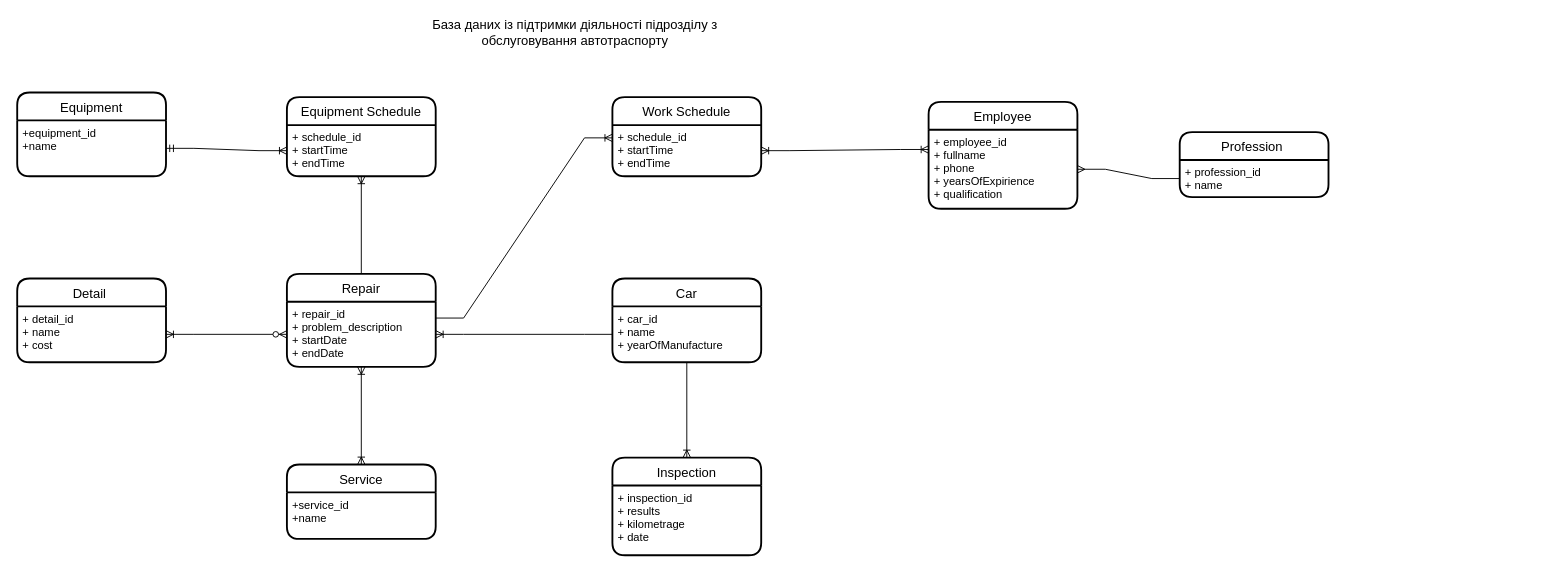
This is diagrams/CarServiceDiagram.drawio from sashapanasiuk5/Database_CourseWork, a draw.io file, before an edit. Source tidied: cells renumbered, new cells numbered last; positions are measured from the earlier drawing's top-left corner, leaving out a move shared by most shapes. Both pictures are drawn from the tidied source at 93%, with x=0, y=0 at pixel (17, 18).
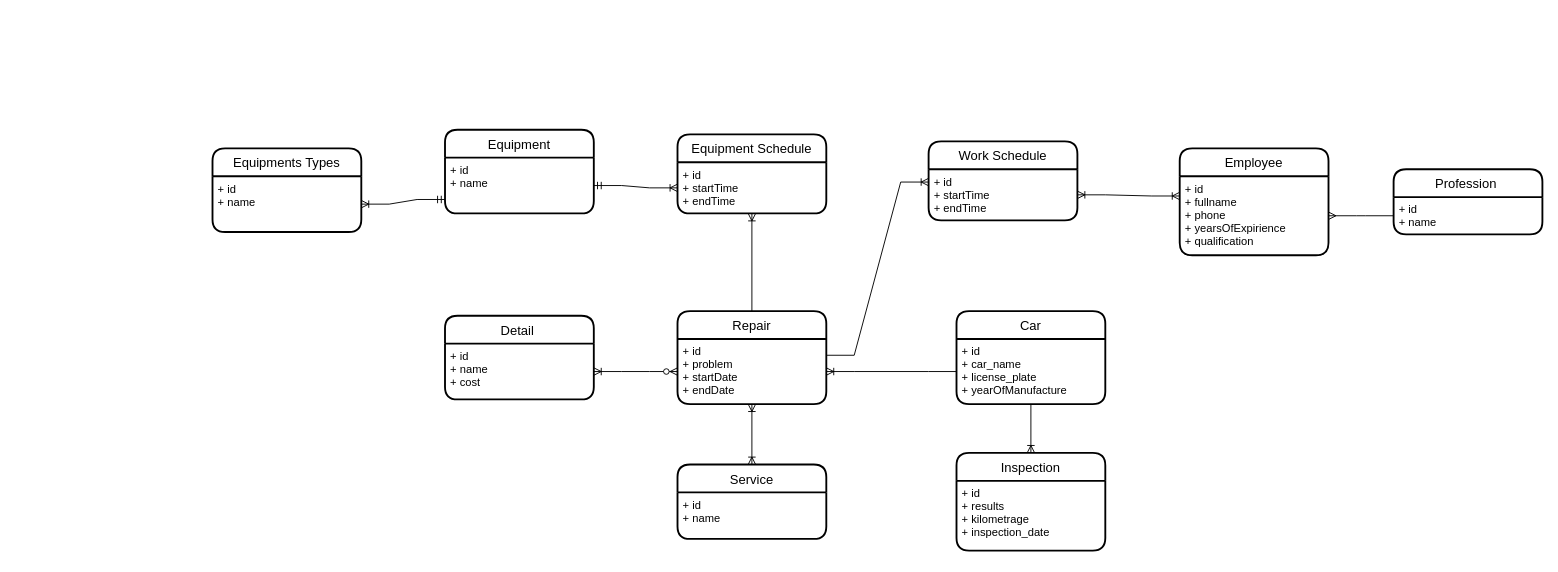
The same diagram, later.

Commit message (it also covers changes not shown here):
Add database schema from DBMS and 4 chapters of documentation

The edit, as a diff of the source:
```diff
@@
     <mxCell id="2" value="Car" style="swimlane;horizontal=1;startSize=30;rounded=1;fontSize=14;fontStyle=0;strokeWidth=2;shadow=0;dashed=0;align=center;" parent="1" vertex="1">
-      <mxGeometry x="640" y="280" width="160" height="90" as="geometry" />
+      <mxGeometry x="1010" y="315" width="160" height="100" as="geometry" />
     </mxCell>
-    <mxCell id="3" value="+ car_id&#10;+ name&#10;+ yearOfManufacture" style="align=left;strokeColor=none;fillColor=none;spacingLeft=4;fontSize=12;verticalAlign=top;" parent="2" vertex="1">
-      <mxGeometry y="30" width="160" height="60" as="geometry" />
+    <mxCell id="3" value="+ id&#10;+ car_name&#10;+ license_plate&#10;+ yearOfManufacture" style="align=left;strokeColor=none;fillColor=none;spacingLeft=4;fontSize=12;verticalAlign=top;" parent="2" vertex="1">
+      <mxGeometry y="30" width="160" height="70" as="geometry" />
     </mxCell>
     <mxCell id="4" value="Repair" style="swimlane;horizontal=1;startSize=30;rounded=1;fontSize=14;fontStyle=0;strokeWidth=2;shadow=0;dashed=0;align=center;" parent="1" vertex="1">
-      <mxGeometry x="290" y="275" width="160" height="100" as="geometry" />
+      <mxGeometry x="710" y="315" width="160" height="100" as="geometry" />
     </mxCell>
-    <mxCell id="5" value="+ repair_id&#10;+ problem_description&#10;+ startDate&#10;+ endDate" style="align=left;strokeColor=none;fillColor=none;spacingLeft=4;fontSize=12;verticalAlign=top;" parent="4" vertex="1">
+    <mxCell id="5" value="+ id&#10;+ problem&#10;+ startDate&#10;+ endDate" style="align=left;strokeColor=none;fillColor=none;spacingLeft=4;fontSize=12;verticalAlign=top;" parent="4" vertex="1">
       <mxGeometry y="30" width="160" height="70" as="geometry" />
     </mxCell>
     <mxCell id="6" value="Service" style="swimlane;horizontal=1;startSize=30;rounded=1;fontSize=14;fontStyle=0;strokeWidth=2;shadow=0;dashed=0;align=center;" parent="1" vertex="1">
-      <mxGeometry x="290" y="480" width="160" height="80" as="geometry" />
+      <mxGeometry x="710" y="480" width="160" height="80" as="geometry" />
     </mxCell>
-    <mxCell id="7" value="+service_id&#10;+name" style="align=left;strokeColor=none;fillColor=none;spacingLeft=4;fontSize=12;verticalAlign=top;" parent="6" vertex="1">
+    <mxCell id="7" value="+ id&#10;+ name" style="align=left;strokeColor=none;fillColor=none;spacingLeft=4;fontSize=12;verticalAlign=top;" parent="6" vertex="1">
       <mxGeometry y="30" width="160" height="50" as="geometry" />
     </mxCell>
@@
     <mxCell id="10" value="Detail " style="swimlane;horizontal=1;startSize=30;rounded=1;fontSize=14;fontStyle=0;strokeWidth=2;shadow=0;dashed=0;align=center;" parent="1" vertex="1">
-      <mxGeometry y="280" width="160" height="90" as="geometry" />
+      <mxGeometry x="460" y="320" width="160" height="90" as="geometry" />
     </mxCell>
-    <mxCell id="11" value="+ detail_id&#10;+ name&#10;+ cost" style="align=left;strokeColor=none;fillColor=none;spacingLeft=4;fontSize=12;verticalAlign=top;" parent="10" vertex="1">
+    <mxCell id="11" value="+ id&#10;+ name&#10;+ cost" style="align=left;strokeColor=none;fillColor=none;spacingLeft=4;fontSize=12;verticalAlign=top;" parent="10" vertex="1">
       <mxGeometry y="30" width="160" height="60" as="geometry" />
     </mxCell>
@@
     <mxCell id="13" value="Equipment" style="swimlane;horizontal=1;startSize=30;rounded=1;fontSize=14;fontStyle=0;strokeWidth=2;shadow=0;dashed=0;align=center;" parent="1" vertex="1">
-      <mxGeometry y="80" width="160" height="90" as="geometry" />
+      <mxGeometry x="460" y="120" width="160" height="90" as="geometry" />
     </mxCell>
-    <mxCell id="14" value="+equipment_id&#10;+name&#10;" style="align=left;strokeColor=none;fillColor=none;spacingLeft=4;fontSize=12;verticalAlign=top;" parent="13" vertex="1">
+    <mxCell id="14" value="+ id&#10;+ name&#10;" style="align=left;strokeColor=none;fillColor=none;spacingLeft=4;fontSize=12;verticalAlign=top;" parent="13" vertex="1">
       <mxGeometry y="30" width="160" height="60" as="geometry" />
     </mxCell>
     <mxCell id="15" value="Equipment Schedule" style="swimlane;horizontal=1;startSize=30;rounded=1;fontSize=14;fontStyle=0;strokeWidth=2;shadow=0;dashed=0;align=center;" parent="1" vertex="1">
-      <mxGeometry x="290" y="85" width="160" height="85" as="geometry" />
+      <mxGeometry x="710" y="125" width="160" height="85" as="geometry" />
     </mxCell>
-    <mxCell id="16" value="+ schedule_id&#10;+ startTime&#10;+ endTime&#10;" style="align=left;strokeColor=none;fillColor=none;spacingLeft=4;fontSize=12;verticalAlign=top;" parent="15" vertex="1">
+    <mxCell id="16" value="+ id&#10;+ startTime&#10;+ endTime&#10;" style="align=left;strokeColor=none;fillColor=none;spacingLeft=4;fontSize=12;verticalAlign=top;" parent="15" vertex="1">
       <mxGeometry y="30" width="160" height="55" as="geometry" />
     </mxCell>
@@
     <mxCell id="19" value="Work Schedule" style="swimlane;horizontal=1;startSize=30;rounded=1;fontSize=14;fontStyle=0;strokeWidth=2;shadow=0;dashed=0;align=center;" parent="1" vertex="1">
-      <mxGeometry x="640" y="85" width="160" height="85" as="geometry" />
+      <mxGeometry x="980" y="132.5" width="160" height="85" as="geometry" />
     </mxCell>
-    <mxCell id="20" value="+ schedule_id&#10;+ startTime&#10;+ endTime" style="align=left;strokeColor=none;fillColor=none;spacingLeft=4;fontSize=12;verticalAlign=top;" parent="19" vertex="1">
+    <mxCell id="20" value="+ id&#10;+ startTime&#10;+ endTime" style="align=left;strokeColor=none;fillColor=none;spacingLeft=4;fontSize=12;verticalAlign=top;" parent="19" vertex="1">
       <mxGeometry y="30" width="160" height="55" as="geometry" />
     </mxCell>
@@
     <mxCell id="22" value="Employee" style="swimlane;horizontal=1;startSize=30;rounded=1;fontSize=14;fontStyle=0;strokeWidth=2;shadow=0;dashed=0;align=center;" parent="1" vertex="1">
-      <mxGeometry x="980" y="90" width="160" height="115" as="geometry" />
+      <mxGeometry x="1250" y="140" width="160" height="115" as="geometry" />
     </mxCell>
-    <mxCell id="23" value="+ employee_id&#10;+ fullname&#10;+ phone&#10;+ yearsOfExpirience&#10;+ qualification" style="align=left;strokeColor=none;fillColor=none;spacingLeft=4;fontSize=12;verticalAlign=top;" parent="22" vertex="1">
+    <mxCell id="23" value="+ id&#10;+ fullname&#10;+ phone&#10;+ yearsOfExpirience&#10;+ qualification" style="align=left;strokeColor=none;fillColor=none;spacingLeft=4;fontSize=12;verticalAlign=top;" parent="22" vertex="1">
       <mxGeometry y="30" width="160" height="85" as="geometry" />
     </mxCell>
     <mxCell id="24" value="Profession " style="swimlane;horizontal=1;startSize=30;rounded=1;fontSize=14;fontStyle=0;strokeWidth=2;shadow=0;dashed=0;align=center;" parent="1" vertex="1">
-      <mxGeometry x="1250" y="122.5" width="160" height="70" as="geometry" />
+      <mxGeometry x="1480" y="162.5" width="160" height="70" as="geometry" />
     </mxCell>
-    <mxCell id="25" value="+ profession_id&#10;+ name&#10;" style="align=left;strokeColor=none;fillColor=none;spacingLeft=4;fontSize=12;verticalAlign=top;" parent="24" vertex="1">
+    <mxCell id="25" value="+ id&#10;+ name&#10;" style="align=left;strokeColor=none;fillColor=none;spacingLeft=4;fontSize=12;verticalAlign=top;" parent="24" vertex="1">
       <mxGeometry y="30" width="160" height="40" as="geometry" />
     </mxCell>
@@
     <mxCell id="28" value="Inspection" style="swimlane;horizontal=1;startSize=30;rounded=1;fontSize=14;fontStyle=0;strokeWidth=2;shadow=0;dashed=0;align=center;" parent="1" vertex="1">
-      <mxGeometry x="640" y="472.5" width="160" height="105" as="geometry" />
+      <mxGeometry x="1010" y="467.5" width="160" height="105" as="geometry" />
     </mxCell>
-    <mxCell id="29" value="+ inspection_id&#10;+ results&#10;+ kilometrage&#10;+ date" style="align=left;strokeColor=none;fillColor=none;spacingLeft=4;fontSize=12;verticalAlign=top;" parent="28" vertex="1">
+    <mxCell id="29" value="+ id&#10;+ results&#10;+ kilometrage&#10;+ inspection_date" style="align=left;strokeColor=none;fillColor=none;spacingLeft=4;fontSize=12;verticalAlign=top;" parent="28" vertex="1">
       <mxGeometry y="30" width="160" height="75" as="geometry" />
     </mxCell>
@@
-    <mxCell id="31" value="&lt;font style=&quot;font-size: 14px;&quot;&gt;База даних із підтримки діяльності підрозділу з обслуговування автотраспорту&lt;/font&gt;" style="text;html=1;strokeColor=none;fillColor=none;align=center;verticalAlign=middle;whiteSpace=wrap;rounded=0;" parent="1" vertex="1">
-      <mxGeometry x="440" width="320" height="30" as="geometry" />
-    </mxCell>
+    <mxCell id="32" value="Equipments Types" style="swimlane;horizontal=1;startSize=30;rounded=1;fontSize=14;fontStyle=0;strokeWidth=2;shadow=0;dashed=0;align=center;" parent="1" vertex="1">
+      <mxGeometry x="210" y="140" width="160" height="90" as="geometry" />
+    </mxCell>
+    <mxCell id="33" value="+ id&#10;+ name&#10;" style="align=left;strokeColor=none;fillColor=none;spacingLeft=4;fontSize=12;verticalAlign=top;" parent="32" vertex="1">
+      <mxGeometry y="30" width="160" height="60" as="geometry" />
+    </mxCell>
+    <mxCell id="34" style="edgeStyle=entityRelationEdgeStyle;fontSize=12;html=1;endArrow=ERoneToMany;startArrow=ERmandOne;rounded=0;entryX=1;entryY=0.5;entryDx=0;entryDy=0;endFill=0;exitX=0;exitY=0.75;exitDx=0;exitDy=0;" parent="1" edge="1" source="14" target="33">
+      <mxGeometry relative="1" as="geometry" />
+    </mxCell>
```
